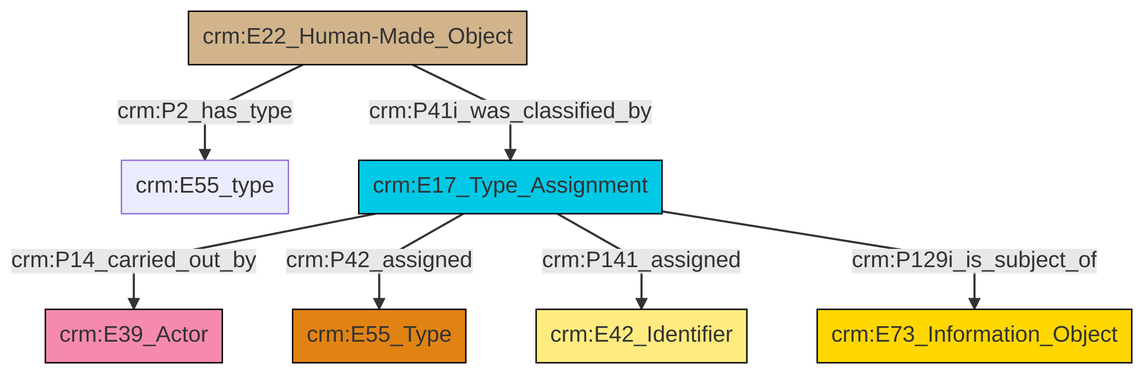
Earlier version of the Mermaid export et/builtWorkCSV/ttl/mmd/png/Built_Work_designation_status.png (swiss-art-research-net/docs.swissartresearch). Its source is kept beside it as et/builtWorkCSV/ttl/mmd/Built_Work_designation_status.ttl.mmd.
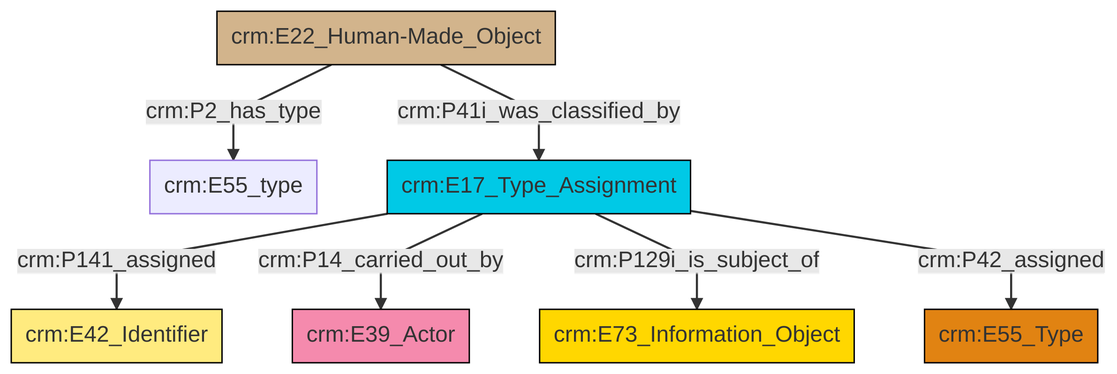
After the commit.

Diff of the diagram source:
```diff
@@ -13,9 +13,9 @@
 classDef PC_Classes fill:#4ce600, stroke:#000000;
 classDef Multi fill:#cccccc,stroke:#000000;
 
-4["crm:E17_Type_Assignment"]:::Temporal_Entity -->|crm:P14_carried_out_by| 5["crm:E39_Actor"]:::Actor
-8["crm:E22_Human-Made_Object"]:::Physical_Thing -->|crm:P41i_was_classified_by| 4["crm:E17_Type_Assignment"]:::Temporal_Entity
-4["crm:E17_Type_Assignment"]:::Temporal_Entity -->|crm:P42_assigned| 2["crm:E55_Type"]:::Type
-4["crm:E17_Type_Assignment"]:::Temporal_Entity -->|crm:P141_assigned| 9["crm:E42_Identifier"]:::Appellation
-8["crm:E22_Human-Made_Object"]:::Physical_Thing -->|crm:P2_has_type| 0["crm:E55_type"]:::Default
-4["crm:E17_Type_Assignment"]:::Temporal_Entity -->|crm:P129i_is_subject_of| 11["crm:E73_Information_Object"]:::Conceptual_Object
+8["crm:E17_Type_Assignment"]:::Temporal_Entity -->|crm:P141_assigned| 0["crm:E42_Identifier"]:::Appellation
+8["crm:E17_Type_Assignment"]:::Temporal_Entity -->|crm:P14_carried_out_by| 11["crm:E39_Actor"]:::Actor
+2["crm:E22_Human-Made_Object"]:::Physical_Thing -->|crm:P41i_was_classified_by| 8["crm:E17_Type_Assignment"]:::Temporal_Entity
+8["crm:E17_Type_Assignment"]:::Temporal_Entity -->|crm:P129i_is_subject_of| 6["crm:E73_Information_Object"]:::Conceptual_Object
+2["crm:E22_Human-Made_Object"]:::Physical_Thing -->|crm:P2_has_type| 4["crm:E55_type"]:::Default
+8["crm:E17_Type_Assignment"]:::Temporal_Entity -->|crm:P42_assigned| 9["crm:E55_Type"]:::Type
```
